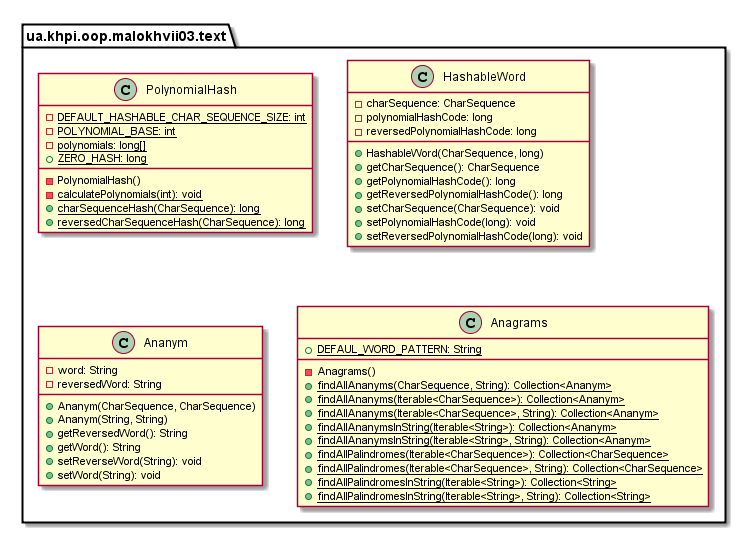
Above: malokhvii-eduard/malokhvii03/doc/plantuml/png/ua.khpi.oop.malokhvii03.text.package.png in P-Kalin/kit26a (PlantUML), before the change.
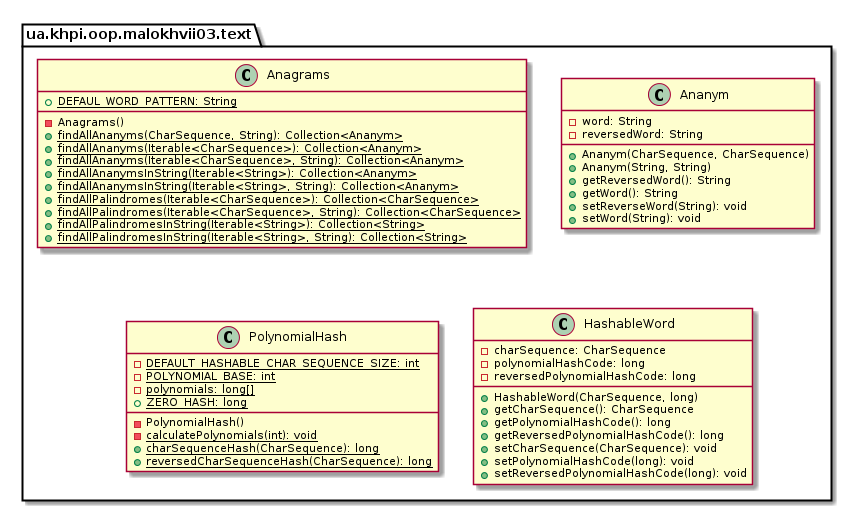
Above is the later version.

Change to the diagram source:
```diff
@@ -1,6 +1,31 @@
 @startuml
 
     namespace ua.khpi.oop.malokhvii03.text {
+
+        class Anagrams {
+            {static} +DEFAUL_WORD_PATTERN: String
+            -Anagrams()
+            {static} +findAllAnanyms(CharSequence, String): Collection<Ananym>
+            {static} +findAllAnanyms(Iterable<CharSequence>): Collection<Ananym>
+            {static} +findAllAnanyms(Iterable<CharSequence>, String): Collection<Ananym>
+            {static} +findAllAnanymsInString(Iterable<String>): Collection<Ananym>
+            {static} +findAllAnanymsInString(Iterable<String>, String): Collection<Ananym>
+            {static} +findAllPalindromes(Iterable<CharSequence>): Collection<CharSequence>
+            {static} +findAllPalindromes(Iterable<CharSequence>, String): Collection<CharSequence>
+            {static} +findAllPalindromesInString(Iterable<String>): Collection<String>
+            {static} +findAllPalindromesInString(Iterable<String>, String): Collection<String>
+        }
+
+        class Ananym {
+            -word: String
+            -reversedWord: String
+            +Ananym(CharSequence, CharSequence)
+            +Ananym(String, String)
+            +getReversedWord(): String
+            +getWord(): String
+            +setReverseWord(String): void
+            +setWord(String): void
+        }
 
         class PolynomialHash {
             {static} -DEFAULT_HASHABLE_CHAR_SEQUENCE_SIZE: int
@@ -26,31 +51,6 @@
             +setReversedPolynomialHashCode(long): void
         }
 
-        class Ananym {
-            -word: String
-            -reversedWord: String
-            +Ananym(CharSequence, CharSequence)
-            +Ananym(String, String)
-            +getReversedWord(): String
-            +getWord(): String
-            +setReverseWord(String): void
-            +setWord(String): void
-        }
-
-        class Anagrams {
-            {static} +DEFAUL_WORD_PATTERN: String
-            -Anagrams()
-            {static} +findAllAnanyms(CharSequence, String): Collection<Ananym>
-            {static} +findAllAnanyms(Iterable<CharSequence>): Collection<Ananym>
-            {static} +findAllAnanyms(Iterable<CharSequence>, String): Collection<Ananym>
-            {static} +findAllAnanymsInString(Iterable<String>): Collection<Ananym>
-            {static} +findAllAnanymsInString(Iterable<String>, String): Collection<Ananym>
-            {static} +findAllPalindromes(Iterable<CharSequence>): Collection<CharSequence>
-            {static} +findAllPalindromes(Iterable<CharSequence>, String): Collection<CharSequence>
-            {static} +findAllPalindromesInString(Iterable<String>): Collection<String>
-            {static} +findAllPalindromesInString(Iterable<String>, String): Collection<String>
-        }
-
     }
 
 @enduml
```
